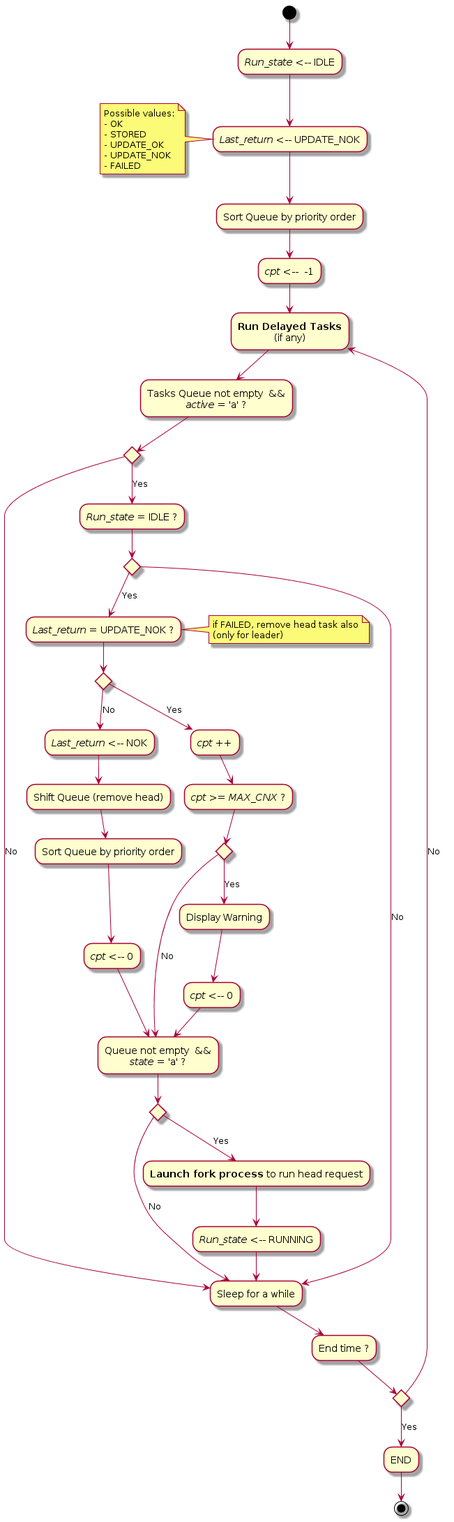
Above: doc/UML/Algo_run_tasks_queue.png in tof25/DST (PlantUML), before the change.
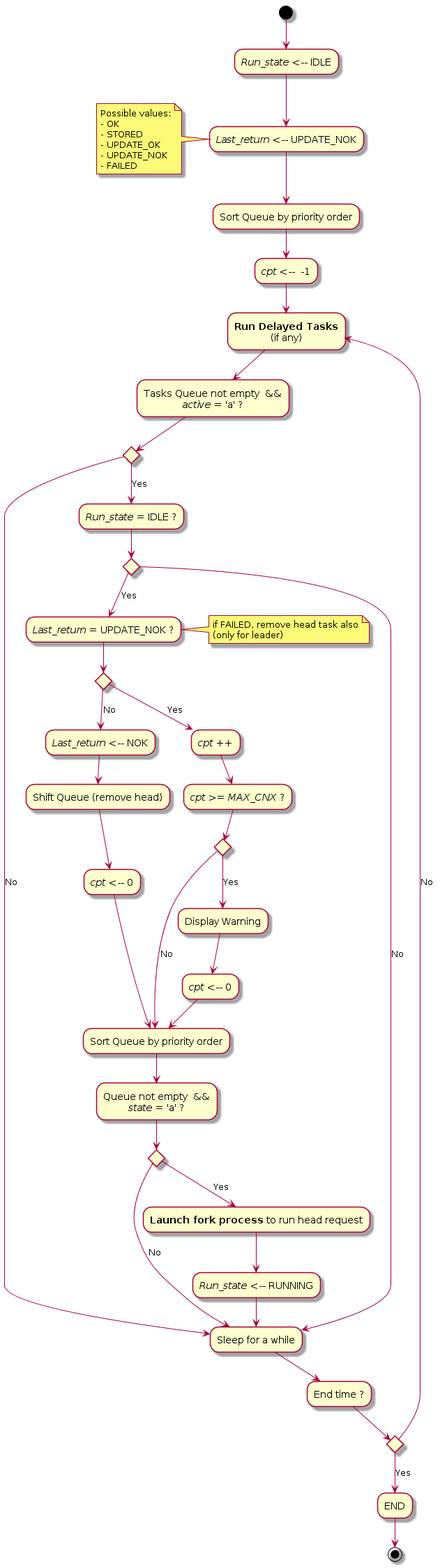
The same file after the commit.

The edit, as a diff of the source:
```diff
@@ -33,9 +33,8 @@
         if "" then
             -->[No] "<i>Last_return</i> <-- NOK"
             --> "Shift Queue (remove head)" as q3
-            --> "Sort Queue by priority order"
             --> "<i>cpt</i> <-- 0" as q4
-            --> "Queue not empty  &&\n<i>state</i> = 'a' ?" as q2
+            --> "Sort Queue by priority order" as q2
         else
             -->[Yes] "<i>cpt</i> ++"
             --> "<i>cpt</i> >= <i>MAX_CNX</i> ?"
@@ -47,6 +46,7 @@
                 -->[No] q2
             endif
         endif
+        --> "Queue not empty  &&\n<i>state</i> = 'a' ?"
         if "" then
             -->[No] s1
         else
```
